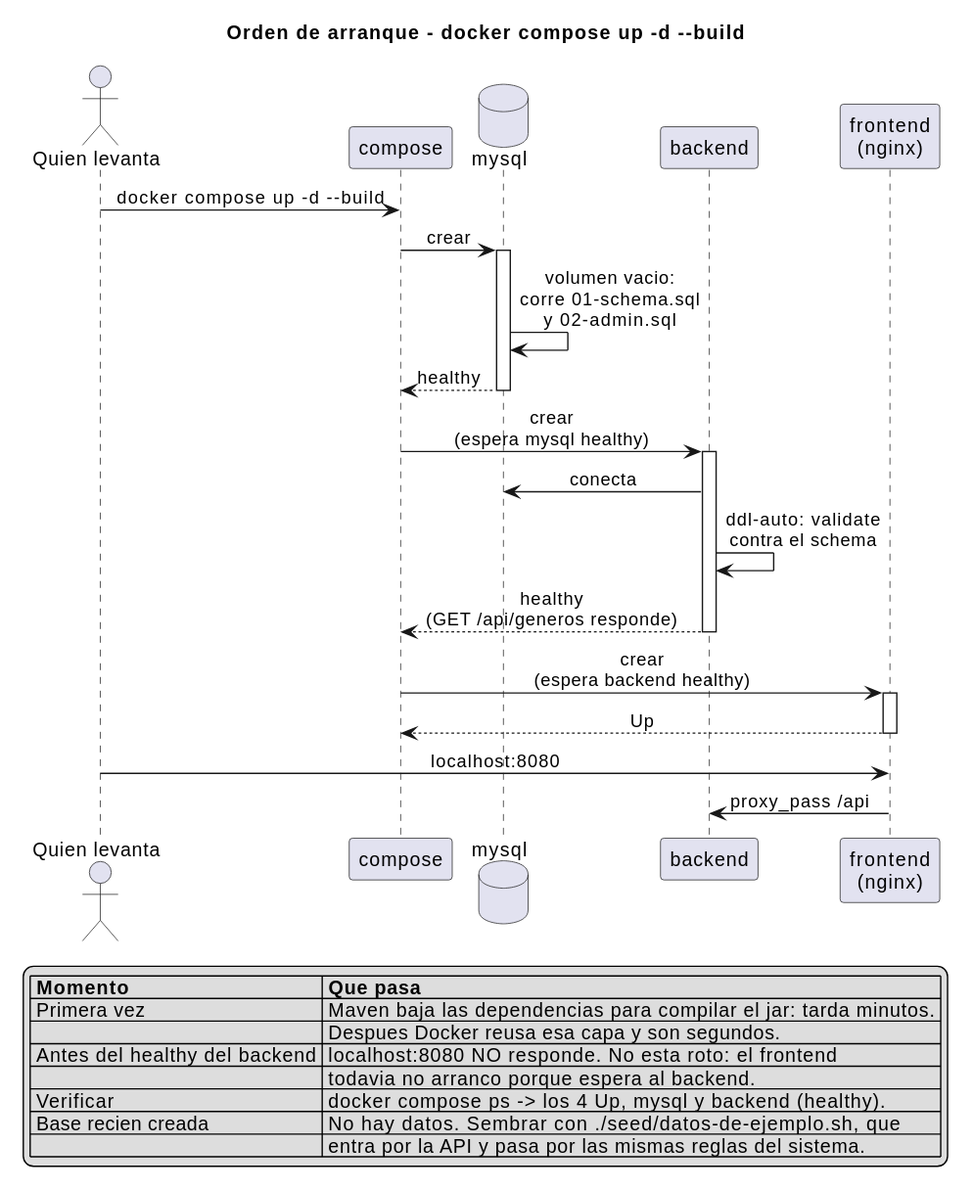
Before: _other/docs/diagramas/arranque-orden.svg, a diagram exported from PlantUML (andreiveisuade/cine-uade).
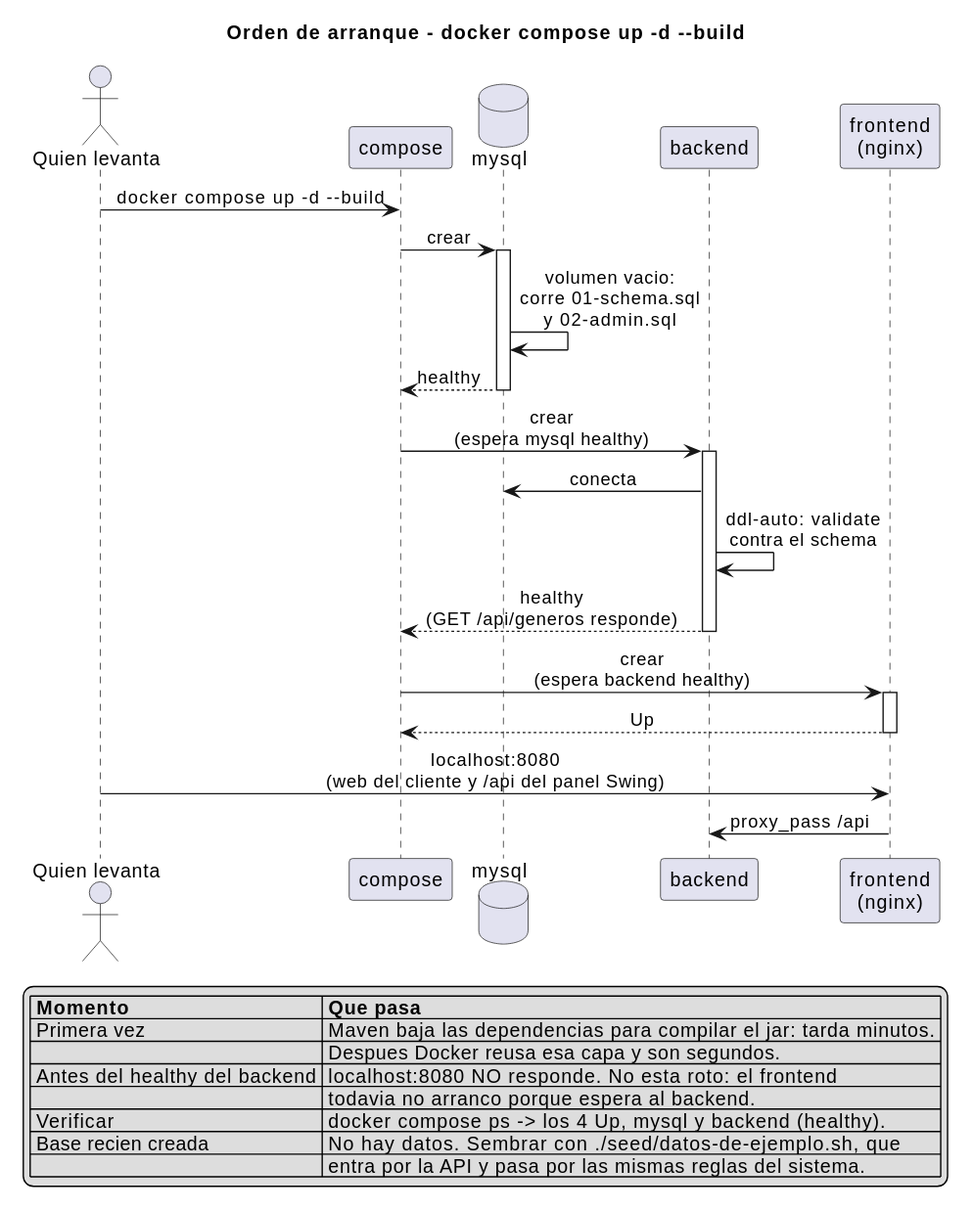
After the commit.

Diff of the diagram source:
```diff
@@ -30,7 +30,7 @@
 frontend --> compose : Up
 deactivate frontend
 
-dev -> frontend : localhost:8080
+dev -> frontend : localhost:8080\n(web del cliente y /api del panel Swing)
 frontend -> backend : proxy_pass /api
 
 legend bottom
```
